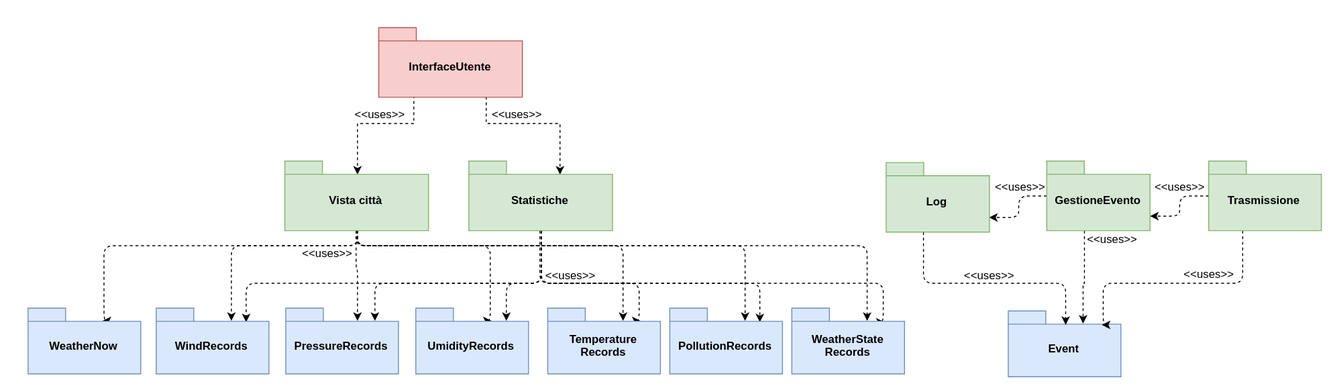
Above: resources/StrutturaPackage.svg in Leaaaf/weatherment.io (draw.io), before the change. Source tidied: cells renumbered, new cells last; positions are measured from the earlier drawing's top-left corner, leaving out a move shared by most shapes.
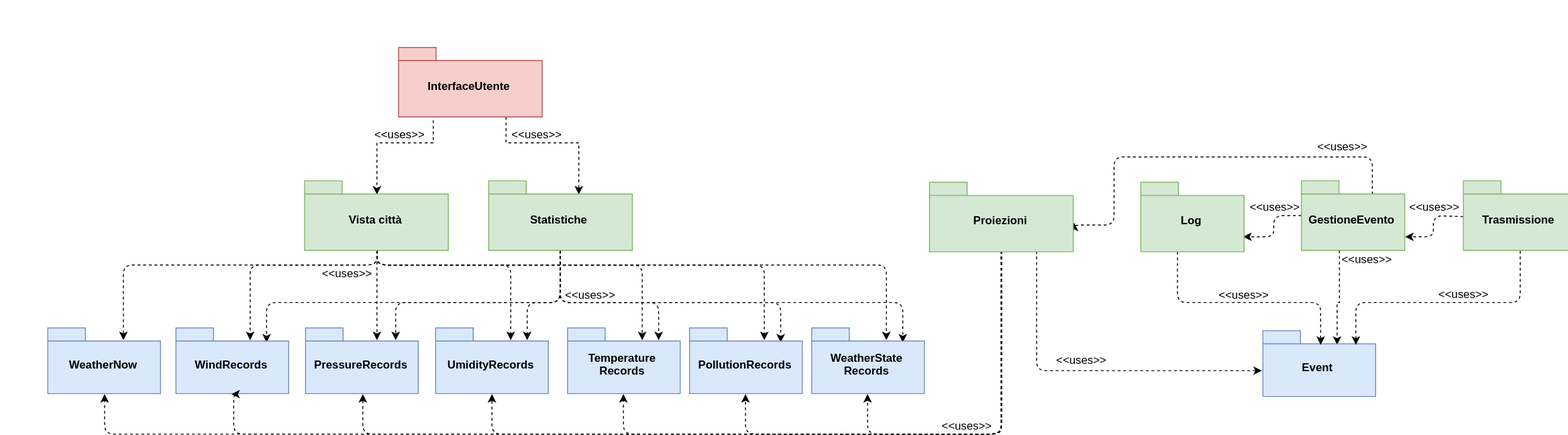
After the commit.

Commit message:
Added proiezioni package and classes

What changed in the source:
```diff
@@ -164,61 +164,146 @@
     <mxCell id="30" style="edgeStyle=orthogonalEdgeStyle;rounded=0;jettySize=auto;html=1;entryX=0;entryY=0;entryDx=80;entryDy=14;entryPerimeter=0;dashed=1;" parent="1" edge="1" source="32" target="33">
       <mxGeometry relative="1" as="geometry">
         <Array as="points">
-          <mxPoint x="1124.5" y="272" />
+          <mxPoint x="1374.5" y="272" />
         </Array>
       </mxGeometry>
     </mxCell>
     <mxCell id="31" style="edgeStyle=orthogonalEdgeStyle;rounded=1;jettySize=auto;html=1;entryX=0;entryY=0;entryDx=110;entryDy=59;entryPerimeter=0;dashed=1;strokeColor=#000000;" parent="1" edge="1" source="32" target="41">
       <mxGeometry relative="1" as="geometry" />
     </mxCell>
+    <mxCell id="45" style="edgeStyle=orthogonalEdgeStyle;rounded=1;jettySize=auto;html=1;exitX=0;exitY=0;exitDx=75;exitDy=14;exitPerimeter=0;entryX=0;entryY=0;entryDx=153;entryDy=44;entryPerimeter=0;dashed=1;" parent="1" edge="1" source="32" target="54">
+      <mxGeometry relative="1" as="geometry">
+        <Array as="points">
+          <mxPoint x="1410" y="117" />
+          <mxPoint x="1136" y="117" />
+          <mxPoint x="1136" y="188" />
+        </Array>
+      </mxGeometry>
+    </mxCell>
     <mxCell id="32" value="GestioneEvento&lt;br&gt;" style="shape=folder;fontStyle=1;spacingTop=10;tabWidth=40;tabHeight=14;tabPosition=left;html=1;strokeColor=#82b366;fillColor=#d5e8d4;" parent="1" vertex="1">
-      <mxGeometry x="1085" y="142" width="110" height="74" as="geometry" />
+      <mxGeometry x="1335" y="142" width="110" height="74" as="geometry" />
     </mxCell>
     <mxCell id="33" value="Event&lt;br&gt;" style="shape=folder;fontStyle=1;spacingTop=10;tabWidth=40;tabHeight=14;tabPosition=left;html=1;strokeColor=#6c8ebf;fillColor=#dae8fc;" parent="1" vertex="1">
-      <mxGeometry x="1044" y="301.5" width="120" height="70" as="geometry" />
+      <mxGeometry x="1294" y="301.5" width="120" height="70" as="geometry" />
     </mxCell>
     <mxCell id="34" value="&amp;lt;&amp;lt;uses&amp;gt;&amp;gt;" style="text;html=1;strokeColor=none;fillColor=none;align=center;verticalAlign=middle;whiteSpace=wrap;rounded=0;" parent="1" vertex="1">
-      <mxGeometry x="1134.5" y="215" width="40" height="20" as="geometry" />
+      <mxGeometry x="1384.5" y="215" width="40" height="20" as="geometry" />
     </mxCell>
     <mxCell id="35" value="InterfaceUtente&lt;br&gt;" style="shape=folder;fontStyle=1;spacingTop=10;tabWidth=40;tabHeight=14;tabPosition=left;html=1;strokeColor=#b85450;fillColor=#f8cecc;" parent="1" vertex="1">
       <mxGeometry x="373.5" width="153" height="74" as="geometry" />
     </mxCell>
-    <mxCell id="36" style="edgeStyle=orthogonalEdgeStyle;rounded=1;jettySize=auto;html=1;entryX=0.835;entryY=0.203;entryDx=0;entryDy=0;entryPerimeter=0;dashed=1;" parent="1" edge="1" source="38" target="33">
+    <mxCell id="36" style="edgeStyle=orthogonalEdgeStyle;rounded=1;jettySize=auto;html=1;entryX=0.835;entryY=0.203;entryDx=0;entryDy=0;entryPerimeter=0;dashed=1;exitX=0.5;exitY=1;exitDx=0;exitDy=0;exitPerimeter=0;" parent="1" edge="1" source="38" target="33">
       <mxGeometry relative="1" as="geometry">
         <Array as="points">
-          <mxPoint x="1293.5" y="272" />
-          <mxPoint x="1144.5" y="272" />
+          <mxPoint x="1567.5" y="272" />
+          <mxPoint x="1393.5" y="272" />
         </Array>
       </mxGeometry>
     </mxCell>
-    <mxCell id="37" style="edgeStyle=orthogonalEdgeStyle;rounded=1;jettySize=auto;html=1;entryX=0;entryY=0;entryDx=110;entryDy=59;entryPerimeter=0;dashed=1;strokeColor=#000000;" parent="1" edge="1" source="38" target="32">
-      <mxGeometry relative="1" as="geometry" />
+    <mxCell id="37" style="edgeStyle=orthogonalEdgeStyle;rounded=1;jettySize=auto;html=1;entryX=0;entryY=0;entryDx=110;entryDy=59;entryPerimeter=0;dashed=1;strokeColor=#000000;" parent="1" edge="1" target="32">
+      <mxGeometry relative="1" as="geometry">
+        <mxPoint x="1507.5" y="180" as="sourcePoint" />
+      </mxGeometry>
     </mxCell>
     <mxCell id="38" value="Trasmissione&lt;br&gt;" style="shape=folder;fontStyle=1;spacingTop=10;tabWidth=40;tabHeight=14;tabPosition=left;html=1;strokeColor=#82b366;fillColor=#d5e8d4;" parent="1" vertex="1">
-      <mxGeometry x="1257.5" y="142" width="120" height="74" as="geometry" />
+      <mxGeometry x="1507.5" y="142" width="120" height="74" as="geometry" />
     </mxCell>
     <mxCell id="39" value="&amp;lt;&amp;lt;uses&amp;gt;&amp;gt;" style="text;html=1;strokeColor=none;fillColor=none;align=center;verticalAlign=middle;whiteSpace=wrap;rounded=0;" parent="1" vertex="1">
-      <mxGeometry x="1237.5" y="252" width="40" height="20" as="geometry" />
+      <mxGeometry x="1487.5" y="252" width="40" height="20" as="geometry" />
     </mxCell>
     <mxCell id="40" style="edgeStyle=orthogonalEdgeStyle;rounded=1;jettySize=auto;html=1;entryX=0.504;entryY=0.207;entryDx=0;entryDy=0;entryPerimeter=0;dashed=1;" parent="1" edge="1" source="41" target="33">
       <mxGeometry relative="1" as="geometry">
         <Array as="points">
-          <mxPoint x="953.5" y="272" />
-          <mxPoint x="1104.5" y="272" />
+          <mxPoint x="1203.5" y="272" />
+          <mxPoint x="1354.5" y="272" />
         </Array>
       </mxGeometry>
     </mxCell>
     <mxCell id="41" value="Log&lt;br&gt;" style="shape=folder;fontStyle=1;spacingTop=10;tabWidth=40;tabHeight=14;tabPosition=left;html=1;strokeColor=#82b366;fillColor=#d5e8d4;" parent="1" vertex="1">
-      <mxGeometry x="914" y="143.5" width="110" height="74" as="geometry" />
+      <mxGeometry x="1164" y="143.5" width="110" height="74" as="geometry" />
     </mxCell>
     <mxCell id="42" value="&amp;lt;&amp;lt;uses&amp;gt;&amp;gt;" style="text;html=1;strokeColor=none;fillColor=none;align=center;verticalAlign=middle;whiteSpace=wrap;rounded=0;" parent="1" vertex="1">
-      <mxGeometry x="1004" y="253" width="40" height="20" as="geometry" />
+      <mxGeometry x="1254" y="253" width="40" height="20" as="geometry" />
     </mxCell>
     <mxCell id="43" value="&amp;lt;&amp;lt;uses&amp;gt;&amp;gt;" style="text;html=1;strokeColor=none;fillColor=none;align=center;verticalAlign=middle;whiteSpace=wrap;rounded=0;" parent="1" vertex="1">
-      <mxGeometry x="1044" y="162" width="25" height="13" as="geometry" />
+      <mxGeometry x="1294" y="162" width="25" height="13" as="geometry" />
     </mxCell>
     <mxCell id="44" value="&amp;lt;&amp;lt;uses&amp;gt;&amp;gt;" style="text;html=1;strokeColor=none;fillColor=none;align=center;verticalAlign=middle;whiteSpace=wrap;rounded=0;" parent="1" vertex="1">
-      <mxGeometry x="1214" y="162" width="25" height="13" as="geometry" />
+      <mxGeometry x="1464" y="162" width="25" height="13" as="geometry" />
     </mxCell>
+    <mxCell id="46" style="edgeStyle=orthogonalEdgeStyle;rounded=1;jettySize=auto;html=1;entryX=0.5;entryY=1;entryDx=0;entryDy=0;entryPerimeter=0;dashed=1;exitX=0.5;exitY=1;exitDx=0;exitDy=0;exitPerimeter=0;" parent="1" edge="1" source="54" target="27">
+      <mxGeometry relative="1" as="geometry">
+        <Array as="points">
+          <mxPoint x="1015" y="218" />
+          <mxPoint x="1015" y="412" />
+          <mxPoint x="874" y="412" />
+        </Array>
+      </mxGeometry>
+    </mxCell>
+    <mxCell id="47" style="edgeStyle=orthogonalEdgeStyle;rounded=1;jettySize=auto;html=1;entryX=0.5;entryY=1;entryDx=0;entryDy=0;entryPerimeter=0;dashed=1;exitX=0.5;exitY=1;exitDx=0;exitDy=0;exitPerimeter=0;" parent="1" edge="1" source="54" target="26">
+      <mxGeometry relative="1" as="geometry">
+        <Array as="points">
+          <mxPoint x="1016" y="388" />
+          <mxPoint x="1015" y="388" />
+          <mxPoint x="1015" y="412" />
+          <mxPoint x="744" y="412" />
+        </Array>
+      </mxGeometry>
+    </mxCell>
+    <mxCell id="48" style="edgeStyle=orthogonalEdgeStyle;rounded=1;jettySize=auto;html=1;exitX=0.5;exitY=1;exitDx=0;exitDy=0;exitPerimeter=0;dashed=1;entryX=0.5;entryY=1;entryDx=0;entryDy=0;entryPerimeter=0;" parent="1" edge="1" source="54" target="25">
+      <mxGeometry relative="1" as="geometry">
+        <Array as="points">
+          <mxPoint x="1015" y="412" />
+          <mxPoint x="614" y="412" />
+        </Array>
+      </mxGeometry>
+    </mxCell>
+    <mxCell id="49" style="edgeStyle=orthogonalEdgeStyle;rounded=1;jettySize=auto;html=1;exitX=0.5;exitY=1;exitDx=0;exitDy=0;exitPerimeter=0;entryX=0.5;entryY=1;entryDx=0;entryDy=0;entryPerimeter=0;dashed=1;" parent="1" edge="1" source="54" target="21">
+      <mxGeometry relative="1" as="geometry">
+        <Array as="points">
+          <mxPoint x="1015" y="412" />
+          <mxPoint x="60" y="412" />
+        </Array>
+      </mxGeometry>
+    </mxCell>
+    <mxCell id="50" style="edgeStyle=orthogonalEdgeStyle;rounded=1;jettySize=auto;html=1;exitX=0.5;exitY=1;exitDx=0;exitDy=0;exitPerimeter=0;entryX=0.5;entryY=1;entryDx=0;entryDy=0;entryPerimeter=0;dashed=1;" parent="1" edge="1" source="54" target="24">
+      <mxGeometry relative="1" as="geometry">
+        <Array as="points">
+          <mxPoint x="1016" y="412" />
+          <mxPoint x="472" y="412" />
+        </Array>
+      </mxGeometry>
+    </mxCell>
+    <mxCell id="51" style="edgeStyle=orthogonalEdgeStyle;rounded=1;jettySize=auto;html=1;exitX=0.5;exitY=1;exitDx=0;exitDy=0;exitPerimeter=0;entryX=0.5;entryY=1;entryDx=0;entryDy=0;entryPerimeter=0;dashed=1;" parent="1" edge="1" source="54" target="23">
+      <mxGeometry relative="1" as="geometry">
+        <Array as="points">
+          <mxPoint x="1016" y="412" />
+          <mxPoint x="335" y="412" />
+        </Array>
+      </mxGeometry>
+    </mxCell>
+    <mxCell id="52" style="edgeStyle=orthogonalEdgeStyle;rounded=1;jettySize=auto;html=1;exitX=0.5;exitY=1;exitDx=0;exitDy=0;exitPerimeter=0;entryX=0.5;entryY=1;entryDx=0;entryDy=0;entryPerimeter=0;dashed=1;" parent="1" edge="1" source="54" target="22">
+      <mxGeometry relative="1" as="geometry">
+        <Array as="points">
+          <mxPoint x="1015" y="412" />
+          <mxPoint x="197" y="412" />
+        </Array>
+      </mxGeometry>
+    </mxCell>
+    <mxCell id="53" style="edgeStyle=orthogonalEdgeStyle;rounded=1;jettySize=auto;html=1;exitX=0.75;exitY=1;exitDx=0;exitDy=0;exitPerimeter=0;entryX=0;entryY=0;entryDx=0;entryDy=42;entryPerimeter=0;dashed=1;" parent="1" edge="1" source="54" target="33">
+      <mxGeometry relative="1" as="geometry" />
+    </mxCell>
+    <mxCell id="54" value="Proiezioni" style="shape=folder;fontStyle=1;spacingTop=10;tabWidth=40;tabHeight=14;tabPosition=left;html=1;strokeColor=#82b366;fillColor=#d5e8d4;" parent="1" vertex="1">
+      <mxGeometry x="939" y="143.5" width="153" height="74" as="geometry" />
+    </mxCell>
+    <mxCell id="55" value="&amp;lt;&amp;lt;uses&amp;gt;&amp;gt;" style="text;html=1;strokeColor=none;fillColor=none;align=center;verticalAlign=middle;whiteSpace=wrap;rounded=0;" parent="1" vertex="1">
+      <mxGeometry x="1088.5" y="325" width="25" height="13" as="geometry" />
+    </mxCell>
+    <mxCell id="56" value="&amp;lt;&amp;lt;uses&amp;gt;&amp;gt;" style="text;html=1;strokeColor=none;fillColor=none;align=center;verticalAlign=middle;whiteSpace=wrap;rounded=0;" parent="1" vertex="1">
+      <mxGeometry x="966" y="395" width="25" height="13" as="geometry" />
+    </mxCell>
+    <mxCell id="57" value="&amp;lt;&amp;lt;uses&amp;gt;&amp;gt;" style="text;html=1;strokeColor=none;fillColor=none;align=center;verticalAlign=middle;whiteSpace=wrap;rounded=0;" parent="1" vertex="1">
+      <mxGeometry x="1366" y="98" width="25" height="13" as="geometry" />
+    </mxCell>
   </root>
 </mxGraphModel>
```
